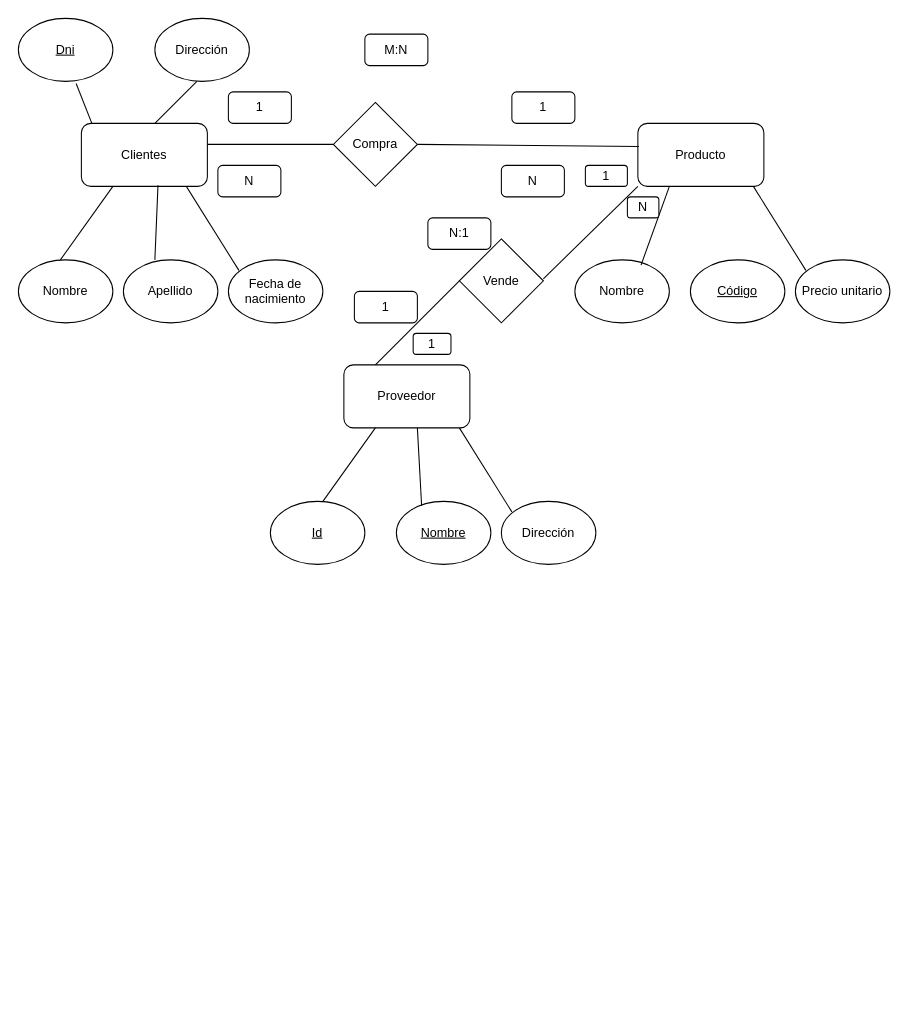
Above: Ej1.drawio in kevinld93/Diagramas (draw.io), before the change. Source tidied: cells renumbered, new cells numbered last; positions are measured from the earlier drawing's top-left corner, leaving out a move shared by most shapes. Both pictures are drawn from the tidied source at 105%, with x=0, y=0 at pixel (18, 18).
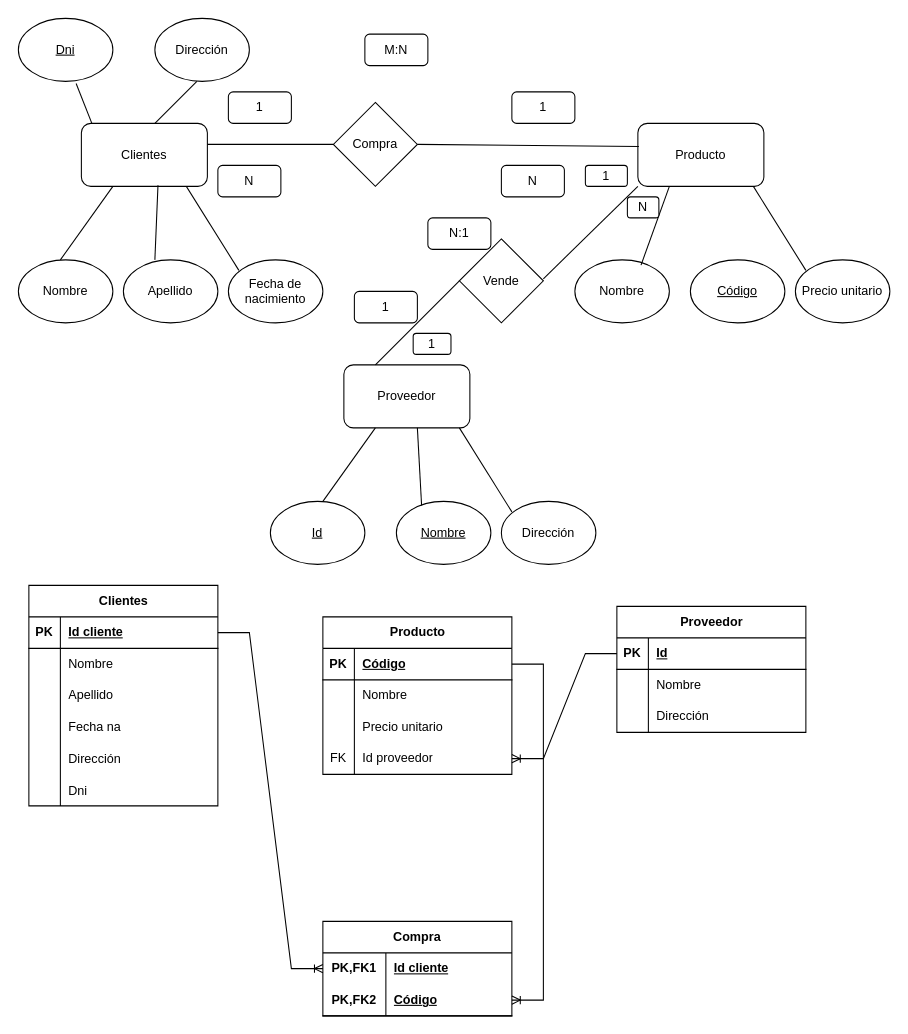
The same page after the edit.

Diff of the diagram source:
```diff
@@
+    <mxCell id="42" value="Clientes" style="shape=table;startSize=30;childLayout=tableLayout;rowLines=0;fontStyle=1;align=center;html=1;" parent="1" vertex="1">
+      <mxGeometry x="10" y="540" width="180" height="210" as="geometry" />
+    </mxCell>
+    <mxCell id="43" style="shape=tableRow;horizontal=0;startSize=0;swimlaneHead=0;swimlaneBody=0;fillColor=none;points=[[0,0.5],[1,0.5]];portConstraint=eastwest;top=0;left=0;right=0;bottom=1;" parent="42" vertex="1">
+      <mxGeometry y="30" width="180" height="30" as="geometry" />
+    </mxCell>
+    <mxCell id="44" value="PK" style="shape=partialRectangle;fillColor=none;top=0;left=0;bottom=0;right=0;fontStyle=1;overflow=hidden;whiteSpace=wrap;html=1;" parent="43" vertex="1">
+      <mxGeometry width="30" height="30" as="geometry" />
+    </mxCell>
+    <mxCell id="45" value="Id cliente" style="shape=partialRectangle;fillColor=none;top=0;left=0;bottom=0;right=0;align=left;spacingLeft=6;fontStyle=5;overflow=hidden;whiteSpace=wrap;html=1;" parent="43" vertex="1">
+      <mxGeometry x="30" width="150" height="30" as="geometry" />
+    </mxCell>
+    <mxCell id="46" style="shape=tableRow;horizontal=0;startSize=0;swimlaneHead=0;swimlaneBody=0;fillColor=none;top=0;left=0;right=0;bottom=0;" parent="42" vertex="1">
+      <mxGeometry y="60" width="180" height="30" as="geometry" />
+    </mxCell>
+    <mxCell id="47" style="shape=partialRectangle;fillColor=none;top=0;left=0;bottom=0;right=0;overflow=hidden;whiteSpace=wrap;html=1;" parent="46" vertex="1">
+      <mxGeometry width="30" height="30" as="geometry" />
+    </mxCell>
+    <mxCell id="48" value="Nombre" style="shape=partialRectangle;fillColor=none;top=0;left=0;bottom=0;right=0;align=left;spacingLeft=6;overflow=hidden;whiteSpace=wrap;html=1;" parent="46" vertex="1">
+      <mxGeometry x="30" width="150" height="30" as="geometry" />
+    </mxCell>
+    <mxCell id="49" style="shape=tableRow;horizontal=0;startSize=0;swimlaneHead=0;swimlaneBody=0;fillColor=none;top=0;left=0;right=0;bottom=0;" parent="42" vertex="1">
+      <mxGeometry y="90" width="180" height="30" as="geometry" />
+    </mxCell>
+    <mxCell id="50" style="shape=partialRectangle;fillColor=none;top=0;left=0;bottom=0;right=0;overflow=hidden;whiteSpace=wrap;html=1;" parent="49" vertex="1">
+      <mxGeometry width="30" height="30" as="geometry" />
+    </mxCell>
+    <mxCell id="51" value="Apellido" style="shape=partialRectangle;fillColor=none;top=0;left=0;bottom=0;right=0;align=left;spacingLeft=6;overflow=hidden;whiteSpace=wrap;html=1;" parent="49" vertex="1">
+      <mxGeometry x="30" width="150" height="30" as="geometry" />
+    </mxCell>
+    <mxCell id="52" style="shape=tableRow;horizontal=0;startSize=0;swimlaneHead=0;swimlaneBody=0;fillColor=none;top=0;left=0;right=0;bottom=0;" parent="42" vertex="1">
+      <mxGeometry y="120" width="180" height="30" as="geometry" />
+    </mxCell>
+    <mxCell id="53" style="shape=partialRectangle;fillColor=none;top=0;left=0;bottom=0;right=0;overflow=hidden;whiteSpace=wrap;html=1;" parent="52" vertex="1">
+      <mxGeometry width="30" height="30" as="geometry" />
+    </mxCell>
+    <mxCell id="54" value="Fecha na" style="shape=partialRectangle;fillColor=none;top=0;left=0;bottom=0;right=0;align=left;spacingLeft=6;overflow=hidden;whiteSpace=wrap;html=1;" parent="52" vertex="1">
+      <mxGeometry x="30" width="150" height="30" as="geometry" />
+    </mxCell>
+    <mxCell id="55" style="shape=tableRow;horizontal=0;startSize=0;swimlaneHead=0;swimlaneBody=0;fillColor=none;top=0;left=0;right=0;bottom=0;" parent="42" vertex="1">
+      <mxGeometry y="150" width="180" height="30" as="geometry" />
+    </mxCell>
+    <mxCell id="56" style="shape=partialRectangle;fillColor=none;top=0;left=0;bottom=0;right=0;overflow=hidden;" parent="55" vertex="1">
+      <mxGeometry width="30" height="30" as="geometry" />
+    </mxCell>
+    <mxCell id="57" value="Dirección" style="shape=partialRectangle;fillColor=none;top=0;left=0;bottom=0;right=0;align=left;spacingLeft=6;overflow=hidden;" parent="55" vertex="1">
+      <mxGeometry x="30" width="150" height="30" as="geometry" />
+    </mxCell>
+    <mxCell id="58" style="shape=tableRow;horizontal=0;startSize=0;swimlaneHead=0;swimlaneBody=0;fillColor=none;top=0;left=0;right=0;bottom=0;" parent="42" vertex="1">
+      <mxGeometry y="180" width="180" height="30" as="geometry" />
+    </mxCell>
+    <mxCell id="59" style="shape=partialRectangle;fillColor=none;top=0;left=0;bottom=0;right=0;overflow=hidden;" parent="58" vertex="1">
+      <mxGeometry width="30" height="30" as="geometry" />
+    </mxCell>
+    <mxCell id="60" value="Dni" style="shape=partialRectangle;fillColor=none;top=0;left=0;bottom=0;right=0;align=left;spacingLeft=6;overflow=hidden;" parent="58" vertex="1">
+      <mxGeometry x="30" width="150" height="30" as="geometry" />
+    </mxCell>
+    <mxCell id="61" value="Proveedor" style="shape=table;startSize=30;childLayout=tableLayout;rowLines=0;fontStyle=1;align=center;html=1;" parent="1" vertex="1">
+      <mxGeometry x="570" y="560" width="180" height="120" as="geometry" />
+    </mxCell>
+    <mxCell id="62" style="shape=tableRow;horizontal=0;startSize=0;swimlaneHead=0;swimlaneBody=0;fillColor=none;points=[[0,0.5],[1,0.5]];portConstraint=eastwest;top=0;left=0;right=0;bottom=1;" parent="61" vertex="1">
+      <mxGeometry y="30" width="180" height="30" as="geometry" />
+    </mxCell>
+    <mxCell id="63" value="PK" style="shape=partialRectangle;fillColor=none;top=0;left=0;bottom=0;right=0;fontStyle=1;overflow=hidden;whiteSpace=wrap;html=1;" parent="62" vertex="1">
+      <mxGeometry width="30" height="30" as="geometry" />
+    </mxCell>
+    <mxCell id="64" value="Id" style="shape=partialRectangle;fillColor=none;top=0;left=0;bottom=0;right=0;align=left;spacingLeft=6;fontStyle=5;overflow=hidden;whiteSpace=wrap;html=1;" parent="62" vertex="1">
+      <mxGeometry x="30" width="150" height="30" as="geometry" />
+    </mxCell>
+    <mxCell id="65" style="shape=tableRow;horizontal=0;startSize=0;swimlaneHead=0;swimlaneBody=0;fillColor=none;top=0;left=0;right=0;bottom=0;" parent="61" vertex="1">
+      <mxGeometry y="60" width="180" height="30" as="geometry" />
+    </mxCell>
+    <mxCell id="66" style="shape=partialRectangle;fillColor=none;top=0;left=0;bottom=0;right=0;overflow=hidden;whiteSpace=wrap;html=1;" parent="65" vertex="1">
+      <mxGeometry width="30" height="30" as="geometry" />
+    </mxCell>
+    <mxCell id="67" value="Nombre" style="shape=partialRectangle;fillColor=none;top=0;left=0;bottom=0;right=0;align=left;spacingLeft=6;overflow=hidden;whiteSpace=wrap;html=1;" parent="65" vertex="1">
+      <mxGeometry x="30" width="150" height="30" as="geometry" />
+    </mxCell>
+    <mxCell id="68" style="shape=tableRow;horizontal=0;startSize=0;swimlaneHead=0;swimlaneBody=0;fillColor=none;top=0;left=0;right=0;bottom=0;" parent="61" vertex="1">
+      <mxGeometry y="90" width="180" height="30" as="geometry" />
+    </mxCell>
+    <mxCell id="69" style="shape=partialRectangle;fillColor=none;top=0;left=0;bottom=0;right=0;overflow=hidden;whiteSpace=wrap;html=1;" parent="68" vertex="1">
+      <mxGeometry width="30" height="30" as="geometry" />
+    </mxCell>
+    <mxCell id="70" value="Dirección" style="shape=partialRectangle;fillColor=none;top=0;left=0;bottom=0;right=0;align=left;spacingLeft=6;overflow=hidden;whiteSpace=wrap;html=1;" parent="68" vertex="1">
+      <mxGeometry x="30" width="150" height="30" as="geometry" />
+    </mxCell>
+    <mxCell id="71" value="Producto" style="shape=table;startSize=30;childLayout=tableLayout;rowLines=0;fontStyle=1;align=center;html=1;" parent="1" vertex="1">
+      <mxGeometry x="290" y="570" width="180" height="150" as="geometry" />
+    </mxCell>
+    <mxCell id="72" style="shape=tableRow;horizontal=0;startSize=0;swimlaneHead=0;swimlaneBody=0;fillColor=none;points=[[0,0.5],[1,0.5]];portConstraint=eastwest;top=0;left=0;right=0;bottom=1;" parent="71" vertex="1">
+      <mxGeometry y="30" width="180" height="30" as="geometry" />
+    </mxCell>
+    <mxCell id="73" value="PK" style="shape=partialRectangle;fillColor=none;top=0;left=0;bottom=0;right=0;fontStyle=1;overflow=hidden;whiteSpace=wrap;html=1;" parent="72" vertex="1">
+      <mxGeometry width="30" height="30" as="geometry" />
+    </mxCell>
+    <mxCell id="74" value="Código" style="shape=partialRectangle;fillColor=none;top=0;left=0;bottom=0;right=0;align=left;spacingLeft=6;fontStyle=5;overflow=hidden;whiteSpace=wrap;html=1;" parent="72" vertex="1">
+      <mxGeometry x="30" width="150" height="30" as="geometry" />
+    </mxCell>
+    <mxCell id="75" style="shape=tableRow;horizontal=0;startSize=0;swimlaneHead=0;swimlaneBody=0;fillColor=none;top=0;left=0;right=0;bottom=0;" parent="71" vertex="1">
+      <mxGeometry y="60" width="180" height="30" as="geometry" />
+    </mxCell>
+    <mxCell id="76" style="shape=partialRectangle;fillColor=none;top=0;left=0;bottom=0;right=0;overflow=hidden;whiteSpace=wrap;html=1;" parent="75" vertex="1">
+      <mxGeometry width="30" height="30" as="geometry" />
+    </mxCell>
+    <mxCell id="77" value="Nombre" style="shape=partialRectangle;fillColor=none;top=0;left=0;bottom=0;right=0;align=left;spacingLeft=6;overflow=hidden;whiteSpace=wrap;html=1;" parent="75" vertex="1">
+      <mxGeometry x="30" width="150" height="30" as="geometry" />
+    </mxCell>
+    <mxCell id="78" style="shape=tableRow;horizontal=0;startSize=0;swimlaneHead=0;swimlaneBody=0;fillColor=none;top=0;left=0;right=0;bottom=0;" parent="71" vertex="1">
+      <mxGeometry y="90" width="180" height="30" as="geometry" />
+    </mxCell>
+    <mxCell id="79" style="shape=partialRectangle;fillColor=none;top=0;left=0;bottom=0;right=0;overflow=hidden;whiteSpace=wrap;html=1;" parent="78" vertex="1">
+      <mxGeometry width="30" height="30" as="geometry" />
+    </mxCell>
+    <mxCell id="80" value="Precio unitario" style="shape=partialRectangle;fillColor=none;top=0;left=0;bottom=0;right=0;align=left;spacingLeft=6;overflow=hidden;whiteSpace=wrap;html=1;" parent="78" vertex="1">
+      <mxGeometry x="30" width="150" height="30" as="geometry" />
+    </mxCell>
+    <mxCell id="81" style="shape=tableRow;horizontal=0;startSize=0;swimlaneHead=0;swimlaneBody=0;fillColor=none;points=[[0,0.5],[1,0.5]];portConstraint=eastwest;top=0;left=0;right=0;bottom=0;" parent="71" vertex="1">
+      <mxGeometry y="120" width="180" height="30" as="geometry" />
+    </mxCell>
+    <mxCell id="82" value="FK" style="shape=partialRectangle;fillColor=none;top=0;left=0;bottom=0;right=0;fontStyle=0;overflow=hidden;whiteSpace=wrap;html=1;" parent="81" vertex="1">
+      <mxGeometry width="30" height="30" as="geometry" />
+    </mxCell>
+    <mxCell id="83" value="Id proveedor" style="shape=partialRectangle;fillColor=none;top=0;left=0;bottom=0;right=0;align=left;spacingLeft=6;fontStyle=0;overflow=hidden;whiteSpace=wrap;html=1;" parent="81" vertex="1">
+      <mxGeometry x="30" width="150" height="30" as="geometry" />
+    </mxCell>
+    <mxCell id="84" value="Compra" style="shape=table;startSize=30;childLayout=tableLayout;rowLines=0;fontStyle=1;align=center;html=1;whiteSpace=wrap;" parent="1" vertex="1">
+      <mxGeometry x="290" y="860" width="180" height="90" as="geometry" />
+    </mxCell>
+    <mxCell id="85" style="shape=tableRow;horizontal=0;startSize=0;swimlaneHead=0;swimlaneBody=0;fillColor=none;points=[[0,0.5],[1,0.5]];portConstraint=eastwest;top=0;left=0;right=0;bottom=0;html=1;" parent="84" vertex="1">
+      <mxGeometry y="30" width="180" height="30" as="geometry" />
+    </mxCell>
+    <mxCell id="86" value="PK,FK1" style="shape=partialRectangle;fillColor=none;top=0;left=0;bottom=0;right=0;fontStyle=1;overflow=hidden;html=1;whiteSpace=wrap;" parent="85" vertex="1">
+      <mxGeometry width="60" height="30" as="geometry" />
+    </mxCell>
+    <mxCell id="87" value="Id cliente" style="shape=partialRectangle;fillColor=none;top=0;left=0;bottom=0;right=0;align=left;spacingLeft=6;fontStyle=5;overflow=hidden;html=1;whiteSpace=wrap;" parent="85" vertex="1">
+      <mxGeometry x="60" width="120" height="30" as="geometry" />
+    </mxCell>
+    <mxCell id="88" style="shape=tableRow;horizontal=0;startSize=0;swimlaneHead=0;swimlaneBody=0;fillColor=none;points=[[0,0.5],[1,0.5]];portConstraint=eastwest;top=0;left=0;right=0;bottom=1;html=1;" parent="84" vertex="1">
+      <mxGeometry y="60" width="180" height="30" as="geometry" />
+    </mxCell>
+    <mxCell id="89" value="PK,FK2" style="shape=partialRectangle;fillColor=none;top=0;left=0;bottom=0;right=0;fontStyle=1;overflow=hidden;html=1;whiteSpace=wrap;" parent="88" vertex="1">
+      <mxGeometry width="60" height="30" as="geometry" />
+    </mxCell>
+    <mxCell id="90" value="Código" style="shape=partialRectangle;fillColor=none;top=0;left=0;bottom=0;right=0;align=left;spacingLeft=6;fontStyle=5;overflow=hidden;html=1;whiteSpace=wrap;" parent="88" vertex="1">
+      <mxGeometry x="60" width="120" height="30" as="geometry" />
+    </mxCell>
+    <mxCell id="91" style="edgeStyle=entityRelationEdgeStyle;fontSize=12;html=1;endArrow=ERoneToMany;rounded=0;entryX=0;entryY=0.5;entryDx=0;entryDy=0;exitX=1;exitY=0.5;exitDx=0;exitDy=0;" parent="1" edge="1" source="43" target="85">
+      <mxGeometry relative="1" as="geometry" />
+    </mxCell>
+    <mxCell id="92" style="edgeStyle=entityRelationEdgeStyle;fontSize=12;html=1;endArrow=ERoneToMany;rounded=0;entryX=1;entryY=0.5;entryDx=0;entryDy=0;exitX=1;exitY=0.5;exitDx=0;exitDy=0;" parent="1" edge="1" source="72" target="88">
+      <mxGeometry relative="1" as="geometry" />
+    </mxCell>
+    <mxCell id="93" style="edgeStyle=entityRelationEdgeStyle;fontSize=12;html=1;endArrow=ERoneToMany;rounded=0;entryX=1;entryY=0.5;entryDx=0;entryDy=0;exitX=0;exitY=0.5;exitDx=0;exitDy=0;" parent="1" edge="1" source="62" target="81">
+      <mxGeometry relative="1" as="geometry" />
+    </mxCell>
```
